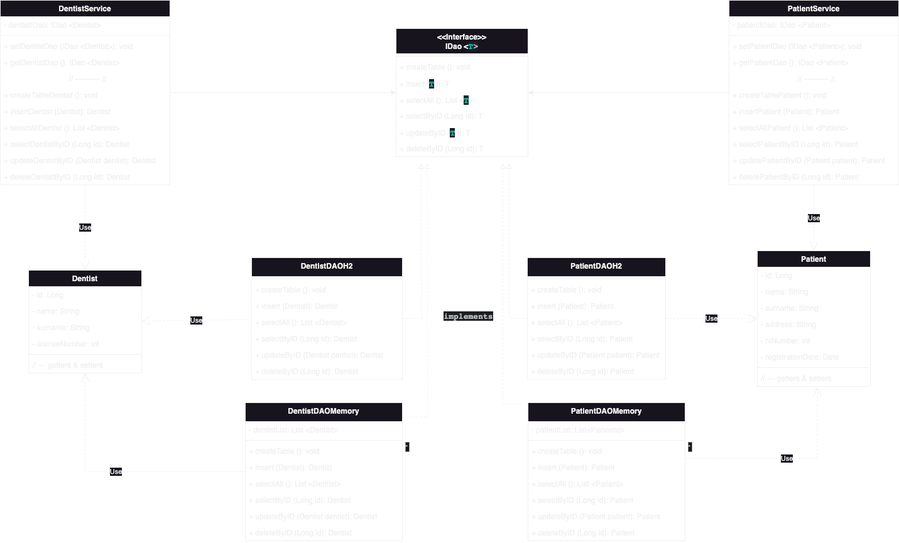
This is uml.drawio.png from mtimoxenko/dentalcura-app, a draw.io export, as it was before one commit. Source tidied: cells renumbered, new cells last; positions are measured from the earlier drawing's top-left corner, leaving out a move shared by most shapes.
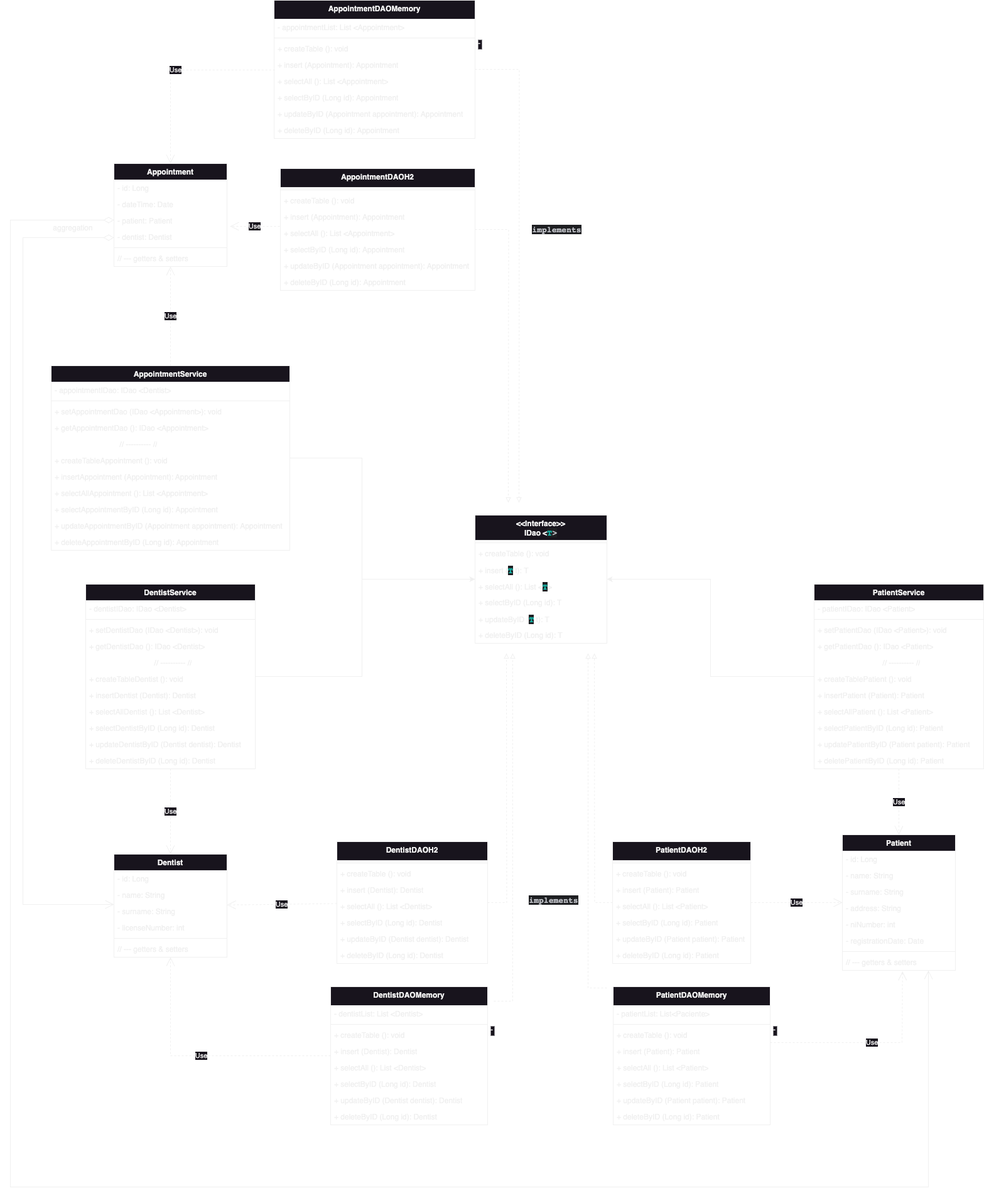
The same file after the commit.

Commit message:
Appointment DAO schema

Change to the diagram source:
```diff
@@ -24,7 +24,12 @@
       <mxGeometry y="138" width="180" height="26" as="geometry" />
     </mxCell>
     <mxCell id="9" style="edgeStyle=orthogonalEdgeStyle;rounded=0;jettySize=auto;html=1;" parent="1" edge="1" source="10" target="22">
-      <mxGeometry relative="1" as="geometry" />
+      <mxGeometry relative="1" as="geometry">
+        <Array as="points">
+          <mxPoint x="440" y="147" />
+          <mxPoint x="440" y="-8" />
+        </Array>
+      </mxGeometry>
     </mxCell>
     <mxCell id="10" value="DentistService" style="swimlane;fontStyle=1;align=center;verticalAlign=top;horizontal=1;startSize=26;whiteSpace=wrap;html=1;" parent="1" vertex="1">
       <mxGeometry width="270" height="294" as="geometry" />
@@ -63,7 +68,7 @@
       <mxGeometry y="268" width="270" height="26" as="geometry" />
     </mxCell>
     <mxCell id="22" value="&amp;lt;&amp;lt;Interface&amp;gt;&amp;gt;&lt;br&gt;IDao&amp;nbsp;&amp;lt;&lt;span style=&quot;font-family: &amp;quot;JetBrains Mono&amp;quot;, monospace; font-size: 9.8pt; background-color: rgb(30, 31, 34); color: rgb(22, 186, 172);&quot;&gt;T&lt;/span&gt;&lt;span style=&quot;font-family: &amp;quot;JetBrains Mono&amp;quot;, monospace; font-size: 9.8pt; background-color: rgb(30, 31, 34); color: rgb(188, 190, 196);&quot;&gt;&amp;gt;&lt;/span&gt;" style="swimlane;fontStyle=1;align=center;verticalAlign=top;horizontal=1;startSize=40;whiteSpace=wrap;html=1;" parent="1" vertex="1">
-      <mxGeometry x="630" y="45" width="210" height="204" as="geometry" />
+      <mxGeometry x="620" y="-110" width="210" height="204" as="geometry" />
     </mxCell>
     <mxCell id="23" style="line;strokeWidth=1;fillColor=none;align=left;verticalAlign=middle;spacingTop=-1;spacingLeft=3;spacingRight=3;labelPosition=right;strokeColor=inherit;" parent="22" vertex="1">
       <mxGeometry y="40" width="210" height="8" as="geometry" />
@@ -88,7 +93,7 @@
     </mxCell>
     <mxCell id="30" style="edgeStyle=orthogonalEdgeStyle;rounded=0;jettySize=auto;html=1;dashed=1;endArrow=block;endFill=0;" parent="1" edge="1" source="31">
       <mxGeometry relative="1" as="geometry">
-        <mxPoint x="670" y="260" as="targetPoint" />
+        <mxPoint x="670" y="110" as="targetPoint" />
       </mxGeometry>
     </mxCell>
     <mxCell id="31" value="DentistDAOH2" style="swimlane;fontStyle=1;align=center;verticalAlign=top;horizontal=1;startSize=30;whiteSpace=wrap;html=1;" parent="1" vertex="1">
@@ -177,7 +182,7 @@
     </mxCell>
     <mxCell id="59" style="edgeStyle=orthogonalEdgeStyle;rounded=0;jettySize=auto;html=1;dashed=1;endArrow=block;endFill=0;" parent="1" edge="1" source="60">
       <mxGeometry relative="1" as="geometry">
-        <mxPoint x="810" y="260" as="targetPoint" />
+        <mxPoint x="810" y="110" as="targetPoint" />
       </mxGeometry>
     </mxCell>
     <mxCell id="60" value="PatientDAOH2" style="swimlane;fontStyle=1;align=center;verticalAlign=top;horizontal=1;startSize=30;whiteSpace=wrap;html=1;" parent="1" vertex="1">
@@ -297,7 +302,7 @@
     <mxCell id="95" style="edgeStyle=orthogonalEdgeStyle;rounded=0;orthogonalLoop=1;jettySize=auto;html=1;dashed=1;endArrow=block;endFill=0;" parent="1" edge="1">
       <mxGeometry relative="1" as="geometry">
         <mxPoint x="650" y="664" as="sourcePoint" />
-        <mxPoint x="680" y="260" as="targetPoint" />
+        <mxPoint x="680" y="110" as="targetPoint" />
         <Array as="points">
           <mxPoint x="680" y="664" />
         </Array>
@@ -306,11 +311,175 @@
     <mxCell id="96" style="edgeStyle=orthogonalEdgeStyle;rounded=0;orthogonalLoop=1;jettySize=auto;html=1;dashed=1;endArrow=block;endFill=0;" parent="1" edge="1">
       <mxGeometry relative="1" as="geometry">
         <mxPoint x="830" y="643" as="sourcePoint" />
-        <mxPoint x="800" y="260" as="targetPoint" />
+        <mxPoint x="800" y="110" as="targetPoint" />
         <Array as="points">
           <mxPoint x="800" y="643" />
         </Array>
       </mxGeometry>
     </mxCell>
+    <mxCell id="97" value="Appointment" style="swimlane;fontStyle=1;align=center;verticalAlign=top;horizontal=1;startSize=26;whiteSpace=wrap;html=1;" parent="1" vertex="1">
+      <mxGeometry x="45" y="-670" width="180" height="164" as="geometry" />
+    </mxCell>
+    <mxCell id="98" value="- id: Long" style="text;strokeColor=none;fillColor=none;align=left;verticalAlign=top;spacingLeft=4;spacingRight=4;overflow=hidden;whiteSpace=wrap;html=1;" parent="97" vertex="1">
+      <mxGeometry y="26" width="180" height="26" as="geometry" />
+    </mxCell>
+    <mxCell id="99" value="- dateTime: Date" style="text;strokeColor=none;fillColor=none;align=left;verticalAlign=top;spacingLeft=4;spacingRight=4;overflow=hidden;whiteSpace=wrap;html=1;" parent="97" vertex="1">
+      <mxGeometry y="52" width="180" height="26" as="geometry" />
+    </mxCell>
+    <mxCell id="100" value="- patient: Patient" style="text;strokeColor=none;fillColor=none;align=left;verticalAlign=top;spacingLeft=4;spacingRight=4;overflow=hidden;points=[[0,0.5],[1,0.5]];portConstraint=eastwest;whiteSpace=wrap;html=1;" parent="97" vertex="1">
+      <mxGeometry y="78" width="180" height="26" as="geometry" />
+    </mxCell>
+    <mxCell id="101" value="- dentist: Dentist" style="text;strokeColor=none;fillColor=none;align=left;verticalAlign=top;spacingLeft=4;spacingRight=4;overflow=hidden;points=[[0,0.5],[1,0.5]];portConstraint=eastwest;whiteSpace=wrap;html=1;" parent="97" vertex="1">
+      <mxGeometry y="104" width="180" height="26" as="geometry" />
+    </mxCell>
+    <mxCell id="102" style="line;strokeWidth=1;fillColor=none;align=left;verticalAlign=middle;spacingTop=-1;spacingLeft=3;spacingRight=3;labelPosition=right;strokeColor=inherit;" parent="97" vertex="1">
+      <mxGeometry y="130" width="180" height="8" as="geometry" />
+    </mxCell>
+    <mxCell id="103" value="// --- getters &amp;amp; setters" style="text;strokeColor=none;fillColor=none;align=left;verticalAlign=top;spacingLeft=4;spacingRight=4;overflow=hidden;whiteSpace=wrap;html=1;" parent="97" vertex="1">
+      <mxGeometry y="138" width="180" height="26" as="geometry" />
+    </mxCell>
+    <mxCell id="104" style="edgeStyle=orthogonalEdgeStyle;rounded=0;jettySize=auto;html=1;" parent="1" edge="1" source="105" target="22">
+      <mxGeometry relative="1" as="geometry">
+        <Array as="points">
+          <mxPoint x="440" y="-201" />
+          <mxPoint x="440" y="-8" />
+        </Array>
+      </mxGeometry>
+    </mxCell>
+    <mxCell id="105" value="AppointmentService" style="swimlane;fontStyle=1;align=center;verticalAlign=top;horizontal=1;startSize=26;whiteSpace=wrap;html=1;" parent="1" vertex="1">
+      <mxGeometry x="-55" y="-348" width="380" height="294" as="geometry" />
+    </mxCell>
+    <mxCell id="106" value="- appointmentIDao&lt;span style=&quot;background-color: initial;&quot;&gt;:&amp;nbsp;&lt;/span&gt;IDao &amp;lt;Dentist&amp;gt;" style="text;strokeColor=none;fillColor=none;align=left;verticalAlign=top;spacingLeft=4;spacingRight=4;overflow=hidden;whiteSpace=wrap;html=1;" parent="105" vertex="1">
+      <mxGeometry y="26" width="380" height="26" as="geometry" />
+    </mxCell>
+    <mxCell id="107" style="line;strokeWidth=1;fillColor=none;align=left;verticalAlign=middle;spacingTop=-1;spacingLeft=3;spacingRight=3;labelPosition=right;strokeColor=inherit;" parent="105" vertex="1">
+      <mxGeometry y="52" width="380" height="8" as="geometry" />
+    </mxCell>
+    <mxCell id="108" value="+ setAppointmentDao (IDao &amp;lt;Appointment&amp;gt;&lt;span style=&quot;background-color: initial;&quot;&gt;): void&lt;/span&gt;" style="text;strokeColor=none;fillColor=none;align=left;verticalAlign=top;spacingLeft=4;spacingRight=4;overflow=hidden;whiteSpace=wrap;html=1;" parent="105" vertex="1">
+      <mxGeometry y="60" width="380" height="26" as="geometry" />
+    </mxCell>
+    <mxCell id="109" value="+ getAppointmentDao (&lt;span style=&quot;background-color: initial;&quot;&gt;):&amp;nbsp;&lt;/span&gt;IDao &amp;lt;Appointment&amp;gt;" style="text;strokeColor=none;fillColor=none;align=left;verticalAlign=top;spacingLeft=4;spacingRight=4;overflow=hidden;whiteSpace=wrap;html=1;" parent="105" vertex="1">
+      <mxGeometry y="86" width="380" height="26" as="geometry" />
+    </mxCell>
+    <mxCell id="110" value="&lt;span style=&quot;white-space: pre;&quot;&gt;&#9;&lt;/span&gt;&lt;span style=&quot;white-space: pre;&quot;&gt;&#9;&lt;/span&gt;&lt;span style=&quot;white-space: pre;&quot;&gt;&#9;&lt;/span&gt;&amp;nbsp; &amp;nbsp; &amp;nbsp; &amp;nbsp;// ---------- //" style="text;strokeColor=none;fillColor=none;align=left;verticalAlign=top;spacingLeft=4;spacingRight=4;overflow=hidden;whiteSpace=wrap;html=1;" parent="105" vertex="1">
+      <mxGeometry y="112" width="380" height="26" as="geometry" />
+    </mxCell>
+    <mxCell id="111" value="+&amp;nbsp;createTableAppointment&amp;nbsp;&lt;span style=&quot;background-color: initial;&quot;&gt;(): void&lt;/span&gt;" style="text;strokeColor=none;fillColor=none;align=left;verticalAlign=top;spacingLeft=4;spacingRight=4;overflow=hidden;whiteSpace=wrap;html=1;" parent="105" vertex="1">
+      <mxGeometry y="138" width="380" height="26" as="geometry" />
+    </mxCell>
+    <mxCell id="112" value="+ insertAppointment&amp;nbsp;(Appointment): Appointment" style="text;strokeColor=none;fillColor=none;align=left;verticalAlign=top;spacingLeft=4;spacingRight=4;overflow=hidden;whiteSpace=wrap;html=1;" parent="105" vertex="1">
+      <mxGeometry y="164" width="380" height="26" as="geometry" />
+    </mxCell>
+    <mxCell id="113" value="+&amp;nbsp;selectAllAppointment&amp;nbsp;(): List &amp;lt;Appointment&lt;span style=&quot;background-color: initial;&quot;&gt;&amp;gt;&lt;/span&gt;" style="text;strokeColor=none;fillColor=none;align=left;verticalAlign=top;spacingLeft=4;spacingRight=4;overflow=hidden;whiteSpace=wrap;html=1;" parent="105" vertex="1">
+      <mxGeometry y="190" width="380" height="26" as="geometry" />
+    </mxCell>
+    <mxCell id="114" value="+&amp;nbsp;selectAppointmentByID&amp;nbsp;&lt;span style=&quot;background-color: initial;&quot;&gt;(Long id):&amp;nbsp;&lt;/span&gt;Appointment" style="text;strokeColor=none;fillColor=none;align=left;verticalAlign=top;spacingLeft=4;spacingRight=4;overflow=hidden;whiteSpace=wrap;html=1;" parent="105" vertex="1">
+      <mxGeometry y="216" width="380" height="26" as="geometry" />
+    </mxCell>
+    <mxCell id="115" value="+&amp;nbsp;updateAppointmentByID&amp;nbsp;(Appointment&amp;nbsp;appointment&lt;span style=&quot;background-color: initial;&quot;&gt;):&amp;nbsp;&lt;/span&gt;Appointment" style="text;strokeColor=none;fillColor=none;align=left;verticalAlign=top;spacingLeft=4;spacingRight=4;overflow=hidden;whiteSpace=wrap;html=1;" parent="105" vertex="1">
+      <mxGeometry y="242" width="380" height="26" as="geometry" />
+    </mxCell>
+    <mxCell id="116" value="+&amp;nbsp;deleteAppointmentByID&amp;nbsp;&lt;span style=&quot;background-color: initial;&quot;&gt;(Long id):&amp;nbsp;&lt;/span&gt;Appointment" style="text;strokeColor=none;fillColor=none;align=left;verticalAlign=top;spacingLeft=4;spacingRight=4;overflow=hidden;whiteSpace=wrap;html=1;" parent="105" vertex="1">
+      <mxGeometry y="268" width="380" height="26" as="geometry" />
+    </mxCell>
+    <mxCell id="117" style="edgeStyle=orthogonalEdgeStyle;rounded=0;jettySize=auto;html=1;dashed=1;endArrow=block;endFill=0;" parent="1" edge="1" source="118">
+      <mxGeometry relative="1" as="geometry">
+        <mxPoint x="673" y="-130" as="targetPoint" />
+      </mxGeometry>
+    </mxCell>
+    <mxCell id="118" value="AppointmentDAOH2" style="swimlane;fontStyle=1;align=center;verticalAlign=top;horizontal=1;startSize=30;whiteSpace=wrap;html=1;" parent="1" vertex="1">
+      <mxGeometry x="310" y="-662" width="310" height="194" as="geometry" />
+    </mxCell>
+    <mxCell id="119" style="line;strokeWidth=1;fillColor=none;align=left;verticalAlign=middle;spacingTop=-1;spacingLeft=3;spacingRight=3;labelPosition=right;strokeColor=inherit;" parent="118" vertex="1">
+      <mxGeometry y="30" width="310" height="8" as="geometry" />
+    </mxCell>
+    <mxCell id="120" value="+&amp;nbsp;createTable&amp;nbsp;&lt;span style=&quot;background-color: initial;&quot;&gt;(): void&amp;nbsp;&lt;/span&gt;" style="text;strokeColor=none;fillColor=none;align=left;verticalAlign=top;spacingLeft=4;spacingRight=4;overflow=hidden;whiteSpace=wrap;html=1;" parent="118" vertex="1">
+      <mxGeometry y="38" width="310" height="26" as="geometry" />
+    </mxCell>
+    <mxCell id="121" value="+&amp;nbsp;insert&amp;nbsp;(Appointment&lt;span style=&quot;background-color: initial;&quot;&gt;):&amp;nbsp;&lt;/span&gt;Appointment" style="text;strokeColor=none;fillColor=none;align=left;verticalAlign=top;spacingLeft=4;spacingRight=4;overflow=hidden;whiteSpace=wrap;html=1;" parent="118" vertex="1">
+      <mxGeometry y="64" width="310" height="26" as="geometry" />
+    </mxCell>
+    <mxCell id="122" value="+&amp;nbsp;selectAll (): List &amp;lt;Appointment&lt;span style=&quot;background-color: initial;&quot;&gt;&amp;gt;&lt;/span&gt;" style="text;strokeColor=none;fillColor=none;align=left;verticalAlign=top;spacingLeft=4;spacingRight=4;overflow=hidden;points=[[0,0.5],[1,0.5]];portConstraint=eastwest;whiteSpace=wrap;html=1;" parent="118" vertex="1">
+      <mxGeometry y="90" width="310" height="26" as="geometry" />
+    </mxCell>
+    <mxCell id="123" value="+&amp;nbsp;selectByID&amp;nbsp;&lt;span style=&quot;background-color: initial;&quot;&gt;(Long id):&amp;nbsp;&lt;/span&gt;Appointment" style="text;strokeColor=none;fillColor=none;align=left;verticalAlign=top;spacingLeft=4;spacingRight=4;overflow=hidden;whiteSpace=wrap;html=1;" parent="118" vertex="1">
+      <mxGeometry y="116" width="310" height="26" as="geometry" />
+    </mxCell>
+    <mxCell id="124" value="+&amp;nbsp;updateByID&amp;nbsp;(Appointment&amp;nbsp;appointment&lt;span style=&quot;background-color: initial;&quot;&gt;):&amp;nbsp;&lt;/span&gt;Appointment" style="text;strokeColor=none;fillColor=none;align=left;verticalAlign=top;spacingLeft=4;spacingRight=4;overflow=hidden;whiteSpace=wrap;html=1;" parent="118" vertex="1">
+      <mxGeometry y="142" width="310" height="26" as="geometry" />
+    </mxCell>
+    <mxCell id="125" value="+&amp;nbsp;deleteByID&amp;nbsp;&lt;span style=&quot;background-color: initial;&quot;&gt;(Long id):&amp;nbsp;&lt;/span&gt;Appointment" style="text;strokeColor=none;fillColor=none;align=left;verticalAlign=top;spacingLeft=4;spacingRight=4;overflow=hidden;whiteSpace=wrap;html=1;" parent="118" vertex="1">
+      <mxGeometry y="168" width="310" height="26" as="geometry" />
+    </mxCell>
+    <mxCell id="126" style="edgeStyle=orthogonalEdgeStyle;rounded=0;jettySize=auto;html=1;dashed=1;endArrow=block;endFill=0;" parent="1" edge="1" source="127">
+      <mxGeometry relative="1" as="geometry">
+        <mxPoint x="690" y="-130" as="targetPoint" />
+      </mxGeometry>
+    </mxCell>
+    <mxCell id="127" value="AppointmentDAOMemory" style="swimlane;fontStyle=1;align=center;verticalAlign=top;horizontal=1;startSize=30;whiteSpace=wrap;html=1;" parent="1" vertex="1">
+      <mxGeometry x="300" y="-930" width="320" height="220" as="geometry" />
+    </mxCell>
+    <mxCell id="128" value="- appointmentList: List &amp;lt;Appointment&amp;gt;" style="text;strokeColor=none;fillColor=none;align=left;verticalAlign=top;spacingLeft=4;spacingRight=4;overflow=hidden;whiteSpace=wrap;html=1;" parent="127" vertex="1">
+      <mxGeometry y="30" width="320" height="26" as="geometry" />
+    </mxCell>
+    <mxCell id="129" value="-&#10;" style="line;strokeWidth=1;fillColor=none;align=left;verticalAlign=top;spacingTop=-1;spacingLeft=3;spacingRight=3;labelPosition=right;strokeColor=inherit;" parent="127" vertex="1">
+      <mxGeometry y="56" width="320" height="8" as="geometry" />
+    </mxCell>
+    <mxCell id="130" value="+ createTable (): void" style="text;strokeColor=none;fillColor=none;align=left;verticalAlign=top;spacingLeft=4;spacingRight=4;overflow=hidden;whiteSpace=wrap;html=1;" parent="127" vertex="1">
+      <mxGeometry y="64" width="320" height="26" as="geometry" />
+    </mxCell>
+    <mxCell id="131" value="+&amp;nbsp;insert (Appointment&lt;span style=&quot;background-color: initial;&quot;&gt;):&amp;nbsp;&lt;/span&gt;Appointment" style="text;strokeColor=none;fillColor=none;align=left;verticalAlign=top;spacingLeft=4;spacingRight=4;overflow=hidden;whiteSpace=wrap;html=1;" parent="127" vertex="1">
+      <mxGeometry y="90" width="320" height="26" as="geometry" />
+    </mxCell>
+    <mxCell id="132" value="+&amp;nbsp;selectAll (): List &amp;lt;Appointment&lt;span style=&quot;background-color: initial;&quot;&gt;&amp;gt;&lt;/span&gt;" style="text;strokeColor=none;fillColor=none;align=left;verticalAlign=top;spacingLeft=4;spacingRight=4;overflow=hidden;points=[[0,0.5],[1,0.5]];portConstraint=eastwest;whiteSpace=wrap;html=1;" parent="127" vertex="1">
+      <mxGeometry y="116" width="320" height="26" as="geometry" />
+    </mxCell>
+    <mxCell id="133" value="+&amp;nbsp;selectByID&amp;nbsp;&lt;span style=&quot;background-color: initial;&quot;&gt;(Long id):&amp;nbsp;&lt;/span&gt;Appointment" style="text;strokeColor=none;fillColor=none;align=left;verticalAlign=top;spacingLeft=4;spacingRight=4;overflow=hidden;whiteSpace=wrap;html=1;" parent="127" vertex="1">
+      <mxGeometry y="142" width="320" height="26" as="geometry" />
+    </mxCell>
+    <mxCell id="134" value="+&amp;nbsp;updateByID&amp;nbsp;(&lt;span style=&quot;text-align: center;&quot;&gt;Appointment&lt;/span&gt;&amp;nbsp;a&lt;span style=&quot;text-align: center;&quot;&gt;ppointment&lt;/span&gt;&lt;span style=&quot;background-color: initial;&quot;&gt;):&amp;nbsp;&lt;/span&gt;Appointment" style="text;strokeColor=none;fillColor=none;align=left;verticalAlign=top;spacingLeft=4;spacingRight=4;overflow=hidden;whiteSpace=wrap;html=1;" parent="127" vertex="1">
+      <mxGeometry y="168" width="320" height="26" as="geometry" />
+    </mxCell>
+    <mxCell id="135" value="+&amp;nbsp;deleteByID&amp;nbsp;&lt;span style=&quot;background-color: initial;&quot;&gt;(Long id):&amp;nbsp;&lt;/span&gt;Appointment" style="text;strokeColor=none;fillColor=none;align=left;verticalAlign=top;spacingLeft=4;spacingRight=4;overflow=hidden;whiteSpace=wrap;html=1;" parent="127" vertex="1">
+      <mxGeometry y="194" width="320" height="26" as="geometry" />
+    </mxCell>
+    <mxCell id="136" value="Use" style="endArrow=open;endSize=12;dashed=1;html=1;rounded=0;" parent="1" edge="1" source="105" target="97">
+      <mxGeometry relative="1" as="geometry" />
+    </mxCell>
+    <mxCell id="137" value="Use" style="endArrow=open;endSize=12;dashed=1;html=1;rounded=0;exitX=-0.003;exitY=0.073;exitDx=0;exitDy=0;exitPerimeter=0;" parent="1" edge="1" source="122">
+      <mxGeometry relative="1" as="geometry">
+        <mxPoint x="230" y="-570" as="targetPoint" />
+      </mxGeometry>
+    </mxCell>
+    <mxCell id="138" value="Use" style="endArrow=open;endSize=12;dashed=1;html=1;rounded=0;exitX=0.004;exitY=-0.192;exitDx=0;exitDy=0;entryX=0.5;entryY=0;entryDx=0;entryDy=0;exitPerimeter=0;" parent="1" edge="1" source="132" target="97">
+      <mxGeometry relative="1" as="geometry">
+        <Array as="points">
+          <mxPoint x="135" y="-819" />
+        </Array>
+      </mxGeometry>
+    </mxCell>
+    <mxCell id="139" value="&lt;div style=&quot;background-color:#1e1f22;color:#bcbec4&quot;&gt;&lt;pre style=&quot;font-family:'JetBrains Mono',monospace;font-size:9.8pt;&quot;&gt;implements&lt;/pre&gt;&lt;/div&gt;" style="text;align=center;fontStyle=1;verticalAlign=middle;spacingLeft=3;spacingRight=3;strokeColor=none;html=1;" parent="1" vertex="1">
+      <mxGeometry x="710" y="-578" width="80" height="26" as="geometry" />
+    </mxCell>
+    <mxCell id="140" style="endArrow=open;html=1;endSize=12;startArrow=diamondThin;startSize=14;startFill=0;edgeStyle=orthogonalEdgeStyle;align=left;verticalAlign=bottom;rounded=0;" parent="1" edge="1" source="101" target="2">
+      <mxGeometry x="-1" y="3" relative="1" as="geometry">
+        <Array as="points">
+          <mxPoint x="-100" y="-552" />
+          <mxPoint x="-100" y="510" />
+        </Array>
+      </mxGeometry>
+    </mxCell>
+    <mxCell id="141" style="endArrow=open;html=1;endSize=12;startArrow=diamondThin;startSize=14;startFill=0;edgeStyle=orthogonalEdgeStyle;align=left;verticalAlign=bottom;rounded=0;" parent="1" edge="1" source="100" target="57">
+      <mxGeometry x="-1" y="3" relative="1" as="geometry">
+        <Array as="points">
+          <mxPoint x="-120" y="-580" />
+          <mxPoint x="-120" y="960" />
+          <mxPoint x="1342" y="960" />
+        </Array>
+      </mxGeometry>
+    </mxCell>
+    <mxCell id="142" value="aggregation" style="text;html=1;strokeColor=none;fillColor=none;align=center;verticalAlign=middle;whiteSpace=wrap;rounded=0;" parent="1" vertex="1">
+      <mxGeometry x="-50" y="-582" width="60" height="30" as="geometry" />
+    </mxCell>
   </root>
 </mxGraphModel>
```
